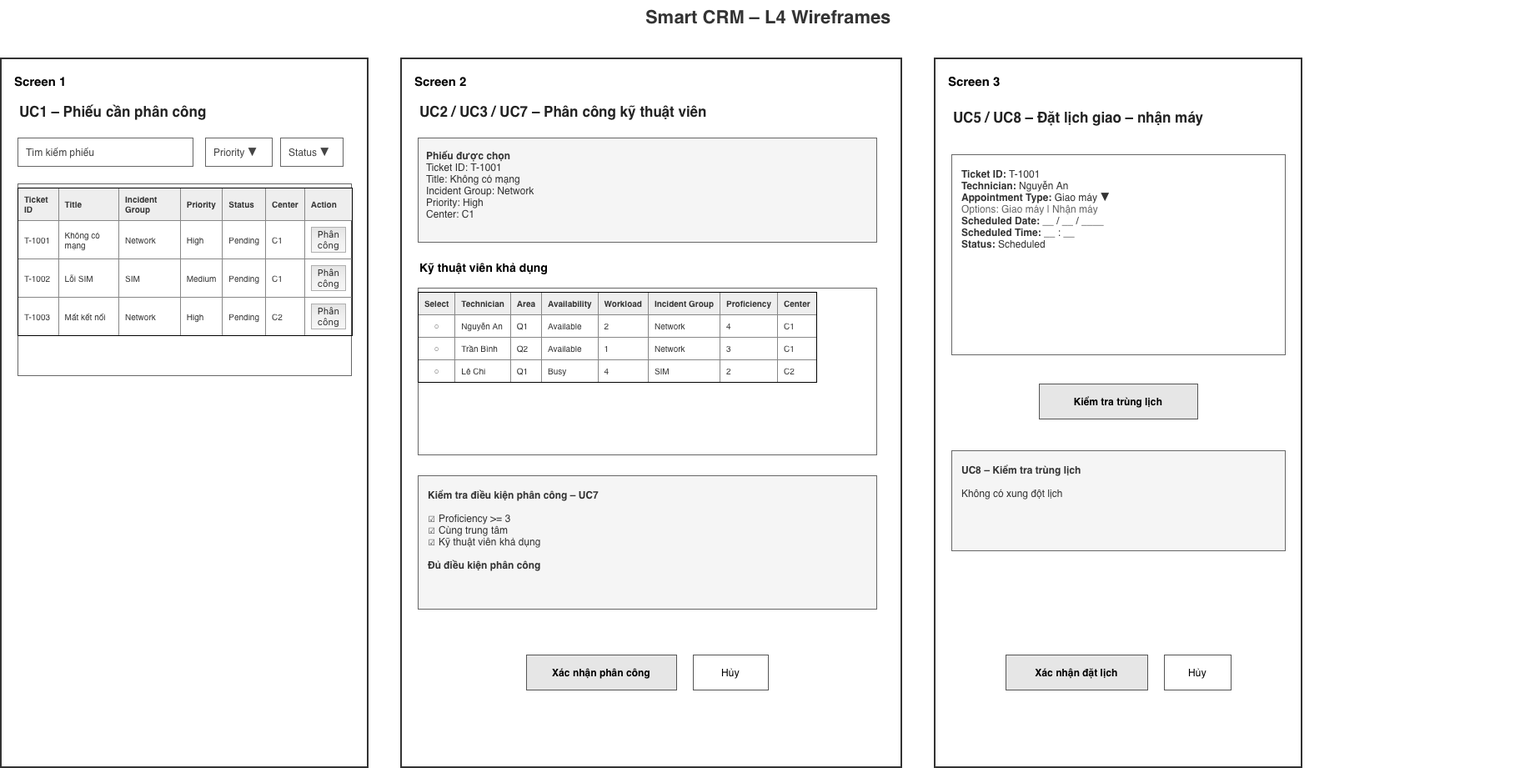
Tringuyen2374802010517/smart-crm keeps this draw.io diagram as docs/wireframe.png. Above is the earlier version. Source tidied: cells renumbered, new cells last; positions are measured from the earlier drawing's top-left corner, leaving out a move shared by most shapes. Source of this version:
```xml
<mxGraphModel>
  <root>
    <mxCell id="0" />
    <mxCell id="1" parent="0" />
    <mxCell id="2" value="Smart CRM – L4 Wireframes" style="text;html=1;fontSize=22;fontStyle=1;fontColor=#333333;align=center;verticalAlign=middle;" parent="1" vertex="1">
      <mxGeometry width="1840" height="40" as="geometry" />
    </mxCell>
    <mxCell id="3" value="Screen 1" style="rounded=0;whiteSpace=wrap;html=1;fillColor=#ffffff;strokeColor=#333333;strokeWidth=2;verticalAlign=top;align=left;spacingTop=12;spacingLeft=14;fontStyle=1;fontSize=15;" parent="1" vertex="1">
      <mxGeometry y="70" width="440" height="850" as="geometry" />
    </mxCell>
    <mxCell id="4" value="UC1 – Phiếu cần phân công" style="text;html=1;fontSize=17;fontStyle=1;fontColor=#222222;align=left;verticalAlign=middle;" parent="3" vertex="1">
      <mxGeometry x="20" y="45" width="390" height="35" as="geometry" />
    </mxCell>
    <mxCell id="5" value="Tìm kiếm phiếu" style="rounded=0;whiteSpace=wrap;html=1;fillColor=#ffffff;strokeColor=#666666;align=left;spacingLeft=8;fontColor=#444444;" parent="3" vertex="1">
      <mxGeometry x="20" y="95" width="210" height="34" as="geometry" />
    </mxCell>
    <mxCell id="6" value="Priority ▼" style="rounded=0;whiteSpace=wrap;html=1;fillColor=#ffffff;strokeColor=#666666;align=left;spacingLeft=8;fontColor=#444444;" parent="3" vertex="1">
      <mxGeometry x="245" y="95" width="80" height="34" as="geometry" />
    </mxCell>
    <mxCell id="7" value="Status ▼" style="rounded=0;whiteSpace=wrap;html=1;fillColor=#ffffff;strokeColor=#666666;align=left;spacingLeft=8;fontColor=#444444;" parent="3" vertex="1">
      <mxGeometry x="335" y="95" width="75" height="34" as="geometry" />
    </mxCell>
    <mxCell id="8" value="&lt;table border=&quot;1&quot; cellpadding=&quot;7&quot; cellspacing=&quot;0&quot; width=&quot;100%&quot; style=&quot;border-collapse:collapse;font-size:10px;color:#333333;&quot;&gt;&lt;tr style=&quot;background:#eeeeee;font-weight:bold;&quot;&gt;&lt;td&gt;Ticket ID&lt;/td&gt;&lt;td&gt;Title&lt;/td&gt;&lt;td&gt;Incident Group&lt;/td&gt;&lt;td&gt;Priority&lt;/td&gt;&lt;td&gt;Status&lt;/td&gt;&lt;td&gt;Center&lt;/td&gt;&lt;td&gt;Action&lt;/td&gt;&lt;/tr&gt;&lt;tr&gt;&lt;td&gt;T-1001&lt;/td&gt;&lt;td&gt;Không có mạng&lt;/td&gt;&lt;td&gt;Network&lt;/td&gt;&lt;td&gt;High&lt;/td&gt;&lt;td&gt;Pending&lt;/td&gt;&lt;td&gt;C1&lt;/td&gt;&lt;td&gt;&lt;button&gt;Phân công&lt;/button&gt;&lt;/td&gt;&lt;/tr&gt;&lt;tr&gt;&lt;td&gt;T-1002&lt;/td&gt;&lt;td&gt;Lỗi SIM&lt;/td&gt;&lt;td&gt;SIM&lt;/td&gt;&lt;td&gt;Medium&lt;/td&gt;&lt;td&gt;Pending&lt;/td&gt;&lt;td&gt;C1&lt;/td&gt;&lt;td&gt;&lt;button&gt;Phân công&lt;/button&gt;&lt;/td&gt;&lt;/tr&gt;&lt;tr&gt;&lt;td&gt;T-1003&lt;/td&gt;&lt;td&gt;Mất kết nối&lt;/td&gt;&lt;td&gt;Network&lt;/td&gt;&lt;td&gt;High&lt;/td&gt;&lt;td&gt;Pending&lt;/td&gt;&lt;td&gt;C2&lt;/td&gt;&lt;td&gt;&lt;button&gt;Phân công&lt;/button&gt;&lt;/td&gt;&lt;/tr&gt;&lt;/table&gt;" style="rounded=0;whiteSpace=wrap;html=1;fillColor=#ffffff;strokeColor=#666666;verticalAlign=top;align=left;spacing=0;" parent="3" vertex="1">
      <mxGeometry x="20" y="150" width="400" height="230" as="geometry" />
    </mxCell>
    <mxCell id="9" value="Screen 2" style="rounded=0;whiteSpace=wrap;html=1;fillColor=#ffffff;strokeColor=#333333;strokeWidth=2;verticalAlign=top;align=left;spacingTop=12;spacingLeft=14;fontStyle=1;fontSize=15;" parent="1" vertex="1">
      <mxGeometry x="480" y="70" width="600" height="850" as="geometry" />
    </mxCell>
    <mxCell id="10" value="UC2 / UC3 / UC7 – Phân công kỹ thuật viên" style="text;html=1;fontSize=17;fontStyle=1;fontColor=#222222;align=left;verticalAlign=middle;" parent="9" vertex="1">
      <mxGeometry x="20" y="45" width="550" height="35" as="geometry" />
    </mxCell>
    <mxCell id="11" value="&lt;b&gt;Phiếu được chọn&lt;/b&gt;&lt;br&gt;Ticket ID: T-1001&lt;br&gt;Title: Không có mạng&lt;br&gt;Incident Group: Network&lt;br&gt;Priority: High&lt;br&gt;Center: C1" style="rounded=0;whiteSpace=wrap;html=1;fillColor=#f5f5f5;strokeColor=#666666;align=left;verticalAlign=top;spacing=10;fontColor=#333333;" parent="9" vertex="1">
      <mxGeometry x="20" y="95" width="550" height="125" as="geometry" />
    </mxCell>
    <mxCell id="12" value="Kỹ thuật viên khả dụng" style="text;html=1;fontSize=14;fontStyle=1;align=left;verticalAlign=middle;" parent="9" vertex="1">
      <mxGeometry x="20" y="235" width="550" height="30" as="geometry" />
    </mxCell>
    <mxCell id="13" value="&lt;table border=&quot;1&quot; cellpadding=&quot;7&quot; cellspacing=&quot;0&quot; width=&quot;100%&quot; style=&quot;border-collapse:collapse;font-size:10px;color:#333333;&quot;&gt;&lt;tr style=&quot;background:#eeeeee;font-weight:bold;&quot;&gt;&lt;td&gt;Select&lt;/td&gt;&lt;td&gt;Technician&lt;/td&gt;&lt;td&gt;Area&lt;/td&gt;&lt;td&gt;Availability&lt;/td&gt;&lt;td&gt;Workload&lt;/td&gt;&lt;td&gt;Incident Group&lt;/td&gt;&lt;td&gt;Proficiency&lt;/td&gt;&lt;td&gt;Center&lt;/td&gt;&lt;/tr&gt;&lt;tr&gt;&lt;td align=&quot;center&quot;&gt;○&lt;/td&gt;&lt;td&gt;Nguyễn An&lt;/td&gt;&lt;td&gt;Q1&lt;/td&gt;&lt;td&gt;Available&lt;/td&gt;&lt;td&gt;2&lt;/td&gt;&lt;td&gt;Network&lt;/td&gt;&lt;td&gt;4&lt;/td&gt;&lt;td&gt;C1&lt;/td&gt;&lt;/tr&gt;&lt;tr&gt;&lt;td align=&quot;center&quot;&gt;○&lt;/td&gt;&lt;td&gt;Trần Bình&lt;/td&gt;&lt;td&gt;Q2&lt;/td&gt;&lt;td&gt;Available&lt;/td&gt;&lt;td&gt;1&lt;/td&gt;&lt;td&gt;Network&lt;/td&gt;&lt;td&gt;3&lt;/td&gt;&lt;td&gt;C1&lt;/td&gt;&lt;/tr&gt;&lt;tr&gt;&lt;td align=&quot;center&quot;&gt;○&lt;/td&gt;&lt;td&gt;Lê Chi&lt;/td&gt;&lt;td&gt;Q1&lt;/td&gt;&lt;td&gt;Busy&lt;/td&gt;&lt;td&gt;4&lt;/td&gt;&lt;td&gt;SIM&lt;/td&gt;&lt;td&gt;2&lt;/td&gt;&lt;td&gt;C2&lt;/td&gt;&lt;/tr&gt;&lt;/table&gt;" style="rounded=0;whiteSpace=wrap;html=1;fillColor=#ffffff;strokeColor=#666666;verticalAlign=top;align=left;spacing=0;" parent="9" vertex="1">
      <mxGeometry x="20" y="275" width="550" height="200" as="geometry" />
    </mxCell>
    <mxCell id="14" value="&lt;b&gt;Kiểm tra điều kiện phân công – UC7&lt;/b&gt;&lt;br&gt;&lt;br&gt;☑ Proficiency &amp;gt;= 3&lt;br&gt;☑ Cùng trung tâm&lt;br&gt;☑ Kỹ thuật viên khả dụng&lt;br&gt;&lt;br&gt;&lt;b&gt;Đủ điều kiện phân công&lt;/b&gt;" style="rounded=0;whiteSpace=wrap;html=1;fillColor=#f5f5f5;strokeColor=#666666;align=left;verticalAlign=top;spacing=12;fontColor=#333333;" parent="9" vertex="1">
      <mxGeometry x="20" y="500" width="550" height="160" as="geometry" />
    </mxCell>
    <mxCell id="15" value="Xác nhận phân công" style="rounded=0;whiteSpace=wrap;html=1;fillColor=#e6e6e6;strokeColor=#555555;fontStyle=1;" parent="9" vertex="1">
      <mxGeometry x="150" y="715" width="180" height="42" as="geometry" />
    </mxCell>
    <mxCell id="16" value="Hủy" style="rounded=0;whiteSpace=wrap;html=1;fillColor=#ffffff;strokeColor=#555555;" parent="9" vertex="1">
      <mxGeometry x="350" y="715" width="90" height="42" as="geometry" />
    </mxCell>
    <mxCell id="17" value="Screen 3" style="rounded=0;whiteSpace=wrap;html=1;fillColor=#ffffff;strokeColor=#333333;strokeWidth=2;verticalAlign=top;align=left;spacingTop=12;spacingLeft=14;fontStyle=1;fontSize=15;" parent="1" vertex="1">
      <mxGeometry x="1120" y="70" width="440" height="850" as="geometry" />
    </mxCell>
    <mxCell id="18" value="UC5 / UC8 – Đặt lịch giao – nhận máy" style="text;html=1;fontSize=17;fontStyle=1;fontColor=#222222;align=left;verticalAlign=middle;" parent="17" vertex="1">
      <mxGeometry x="20" y="45" width="400" height="50" as="geometry" />
    </mxCell>
    <mxCell id="19" value="&lt;b&gt;Ticket ID:&lt;/b&gt; T-1001&lt;br&gt;&lt;b&gt;Technician:&lt;/b&gt; Nguyễn An&lt;br&gt;&lt;b&gt;Appointment Type:&lt;/b&gt; Giao máy ▼&lt;br&gt;&lt;font color=&quot;#666666&quot;&gt;Options: Giao máy | Nhận máy&lt;/font&gt;&lt;br&gt;&lt;b&gt;Scheduled Date:&lt;/b&gt; __ / __ / ____&lt;br&gt;&lt;b&gt;Scheduled Time:&lt;/b&gt; __ : __&lt;br&gt;&lt;b&gt;Status:&lt;/b&gt; Scheduled" style="rounded=0;whiteSpace=wrap;html=1;fillColor=#ffffff;strokeColor=#666666;align=left;verticalAlign=top;spacing=12;fontColor=#333333;" parent="17" vertex="1">
      <mxGeometry x="20" y="115" width="400" height="240" as="geometry" />
    </mxCell>
    <mxCell id="20" value="Kiểm tra trùng lịch" style="rounded=0;whiteSpace=wrap;html=1;fillColor=#e6e6e6;strokeColor=#555555;fontStyle=1;" parent="17" vertex="1">
      <mxGeometry x="125" y="390" width="190" height="42" as="geometry" />
    </mxCell>
    <mxCell id="21" value="&lt;b&gt;UC8 – Kiểm tra trùng lịch&lt;/b&gt;&lt;br&gt;&lt;br&gt;Không có xung đột lịch" style="rounded=0;whiteSpace=wrap;html=1;fillColor=#f5f5f5;strokeColor=#666666;align=left;verticalAlign=top;spacing=12;fontColor=#333333;" parent="17" vertex="1">
      <mxGeometry x="20" y="470" width="400" height="120" as="geometry" />
    </mxCell>
    <mxCell id="22" value="Xác nhận đặt lịch" style="rounded=0;whiteSpace=wrap;html=1;fillColor=#e6e6e6;strokeColor=#555555;fontStyle=1;" parent="17" vertex="1">
      <mxGeometry x="85" y="715" width="170" height="42" as="geometry" />
    </mxCell>
    <mxCell id="23" value="Hủy" style="rounded=0;whiteSpace=wrap;html=1;fillColor=#ffffff;strokeColor=#555555;" parent="17" vertex="1">
      <mxGeometry x="275" y="715" width="80" height="42" as="geometry" />
    </mxCell>
  </root>
</mxGraphModel>
```
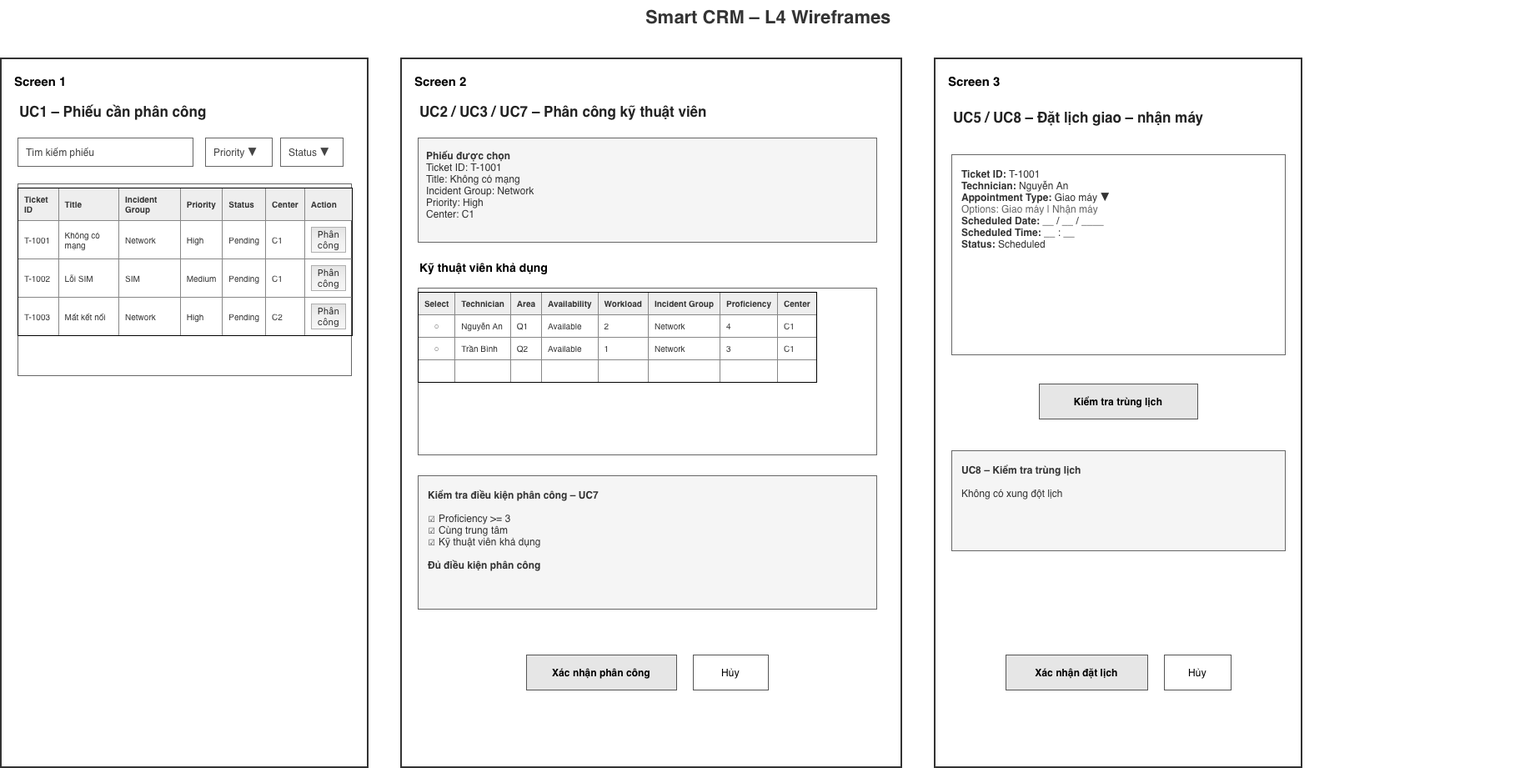
Later version of the same file.

Commit message:
docs: finalize L4 SRS ERD schema and wireframes

The edit, as a diff of the source:
```diff
@@ -35,7 +35,7 @@
     <mxCell id="12" value="Kỹ thuật viên khả dụng" style="text;html=1;fontSize=14;fontStyle=1;align=left;verticalAlign=middle;" parent="9" vertex="1">
       <mxGeometry x="20" y="235" width="550" height="30" as="geometry" />
     </mxCell>
-    <mxCell id="13" value="&lt;table border=&quot;1&quot; cellpadding=&quot;7&quot; cellspacing=&quot;0&quot; width=&quot;100%&quot; style=&quot;border-collapse:collapse;font-size:10px;color:#333333;&quot;&gt;&lt;tr style=&quot;background:#eeeeee;font-weight:bold;&quot;&gt;&lt;td&gt;Select&lt;/td&gt;&lt;td&gt;Technician&lt;/td&gt;&lt;td&gt;Area&lt;/td&gt;&lt;td&gt;Availability&lt;/td&gt;&lt;td&gt;Workload&lt;/td&gt;&lt;td&gt;Incident Group&lt;/td&gt;&lt;td&gt;Proficiency&lt;/td&gt;&lt;td&gt;Center&lt;/td&gt;&lt;/tr&gt;&lt;tr&gt;&lt;td align=&quot;center&quot;&gt;○&lt;/td&gt;&lt;td&gt;Nguyễn An&lt;/td&gt;&lt;td&gt;Q1&lt;/td&gt;&lt;td&gt;Available&lt;/td&gt;&lt;td&gt;2&lt;/td&gt;&lt;td&gt;Network&lt;/td&gt;&lt;td&gt;4&lt;/td&gt;&lt;td&gt;C1&lt;/td&gt;&lt;/tr&gt;&lt;tr&gt;&lt;td align=&quot;center&quot;&gt;○&lt;/td&gt;&lt;td&gt;Trần Bình&lt;/td&gt;&lt;td&gt;Q2&lt;/td&gt;&lt;td&gt;Available&lt;/td&gt;&lt;td&gt;1&lt;/td&gt;&lt;td&gt;Network&lt;/td&gt;&lt;td&gt;3&lt;/td&gt;&lt;td&gt;C1&lt;/td&gt;&lt;/tr&gt;&lt;tr&gt;&lt;td align=&quot;center&quot;&gt;○&lt;/td&gt;&lt;td&gt;Lê Chi&lt;/td&gt;&lt;td&gt;Q1&lt;/td&gt;&lt;td&gt;Busy&lt;/td&gt;&lt;td&gt;4&lt;/td&gt;&lt;td&gt;SIM&lt;/td&gt;&lt;td&gt;2&lt;/td&gt;&lt;td&gt;C2&lt;/td&gt;&lt;/tr&gt;&lt;/table&gt;" style="rounded=0;whiteSpace=wrap;html=1;fillColor=#ffffff;strokeColor=#666666;verticalAlign=top;align=left;spacing=0;" parent="9" vertex="1">
+    <mxCell id="13" value="&lt;table border=&quot;1&quot; cellpadding=&quot;7&quot; cellspacing=&quot;0&quot; width=&quot;100%&quot; style=&quot;border-collapse: collapse; font-size: 10px; color: rgb(51, 51, 51);&quot;&gt;&lt;tbody&gt;&lt;tr style=&quot;background: rgb(238, 238, 238); font-weight: bold;&quot;&gt;&lt;td&gt;Select&lt;/td&gt;&lt;td&gt;Technician&lt;/td&gt;&lt;td&gt;Area&lt;/td&gt;&lt;td&gt;Availability&lt;/td&gt;&lt;td&gt;Workload&lt;/td&gt;&lt;td&gt;Incident Group&lt;/td&gt;&lt;td&gt;Proficiency&lt;/td&gt;&lt;td&gt;Center&lt;/td&gt;&lt;/tr&gt;&lt;tr&gt;&lt;td align=&quot;center&quot;&gt;○&lt;/td&gt;&lt;td&gt;Nguyễn An&lt;/td&gt;&lt;td&gt;Q1&lt;/td&gt;&lt;td&gt;Available&lt;/td&gt;&lt;td&gt;2&lt;/td&gt;&lt;td&gt;Network&lt;/td&gt;&lt;td&gt;4&lt;/td&gt;&lt;td&gt;C1&lt;/td&gt;&lt;/tr&gt;&lt;tr&gt;&lt;td align=&quot;center&quot;&gt;○&lt;/td&gt;&lt;td&gt;Trần Bình&lt;/td&gt;&lt;td&gt;Q2&lt;/td&gt;&lt;td&gt;Available&lt;/td&gt;&lt;td&gt;1&lt;/td&gt;&lt;td&gt;Network&lt;/td&gt;&lt;td&gt;3&lt;/td&gt;&lt;td&gt;C1&lt;/td&gt;&lt;/tr&gt;&lt;tr&gt;&lt;td align=&quot;center&quot;&gt;&lt;br&gt;&lt;/td&gt;&lt;td&gt;&lt;/td&gt;&lt;td&gt;&lt;/td&gt;&lt;td&gt;&lt;/td&gt;&lt;td&gt;&lt;/td&gt;&lt;td&gt;&lt;/td&gt;&lt;td&gt;&lt;/td&gt;&lt;td&gt;&lt;/td&gt;&lt;/tr&gt;&lt;/tbody&gt;&lt;/table&gt;" style="rounded=0;whiteSpace=wrap;html=1;fillColor=#ffffff;strokeColor=#666666;verticalAlign=top;align=left;spacing=0;" parent="9" vertex="1">
       <mxGeometry x="20" y="275" width="550" height="200" as="geometry" />
     </mxCell>
     <mxCell id="14" value="&lt;b&gt;Kiểm tra điều kiện phân công – UC7&lt;/b&gt;&lt;br&gt;&lt;br&gt;☑ Proficiency &amp;gt;= 3&lt;br&gt;☑ Cùng trung tâm&lt;br&gt;☑ Kỹ thuật viên khả dụng&lt;br&gt;&lt;br&gt;&lt;b&gt;Đủ điều kiện phân công&lt;/b&gt;" style="rounded=0;whiteSpace=wrap;html=1;fillColor=#f5f5f5;strokeColor=#666666;align=left;verticalAlign=top;spacing=12;fontColor=#333333;" parent="9" vertex="1">
```
